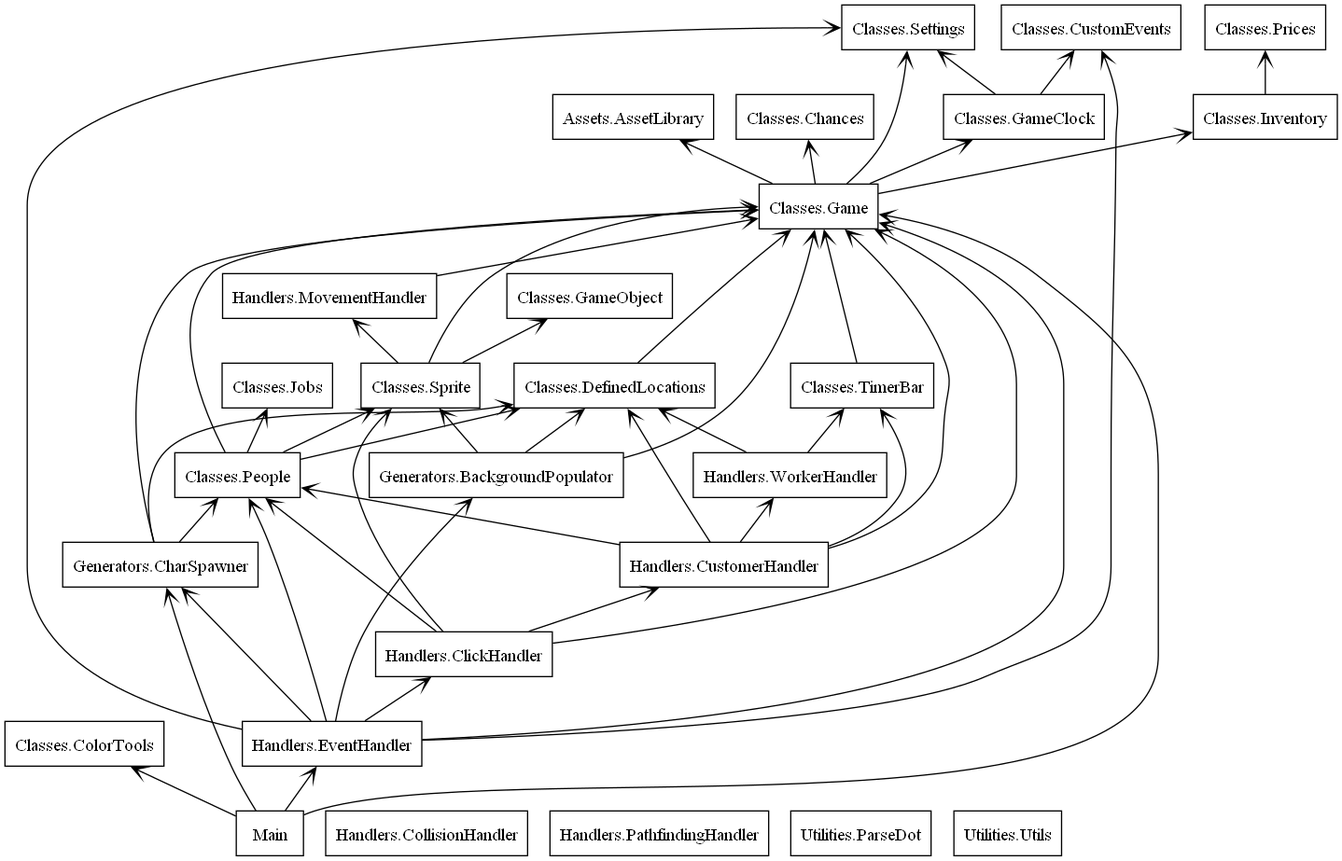
Before: Utilities/packages.png, a diagram exported from Graphviz (AedanM/PoppaPizza). Its source is kept beside it as Utilities/packages.dot.
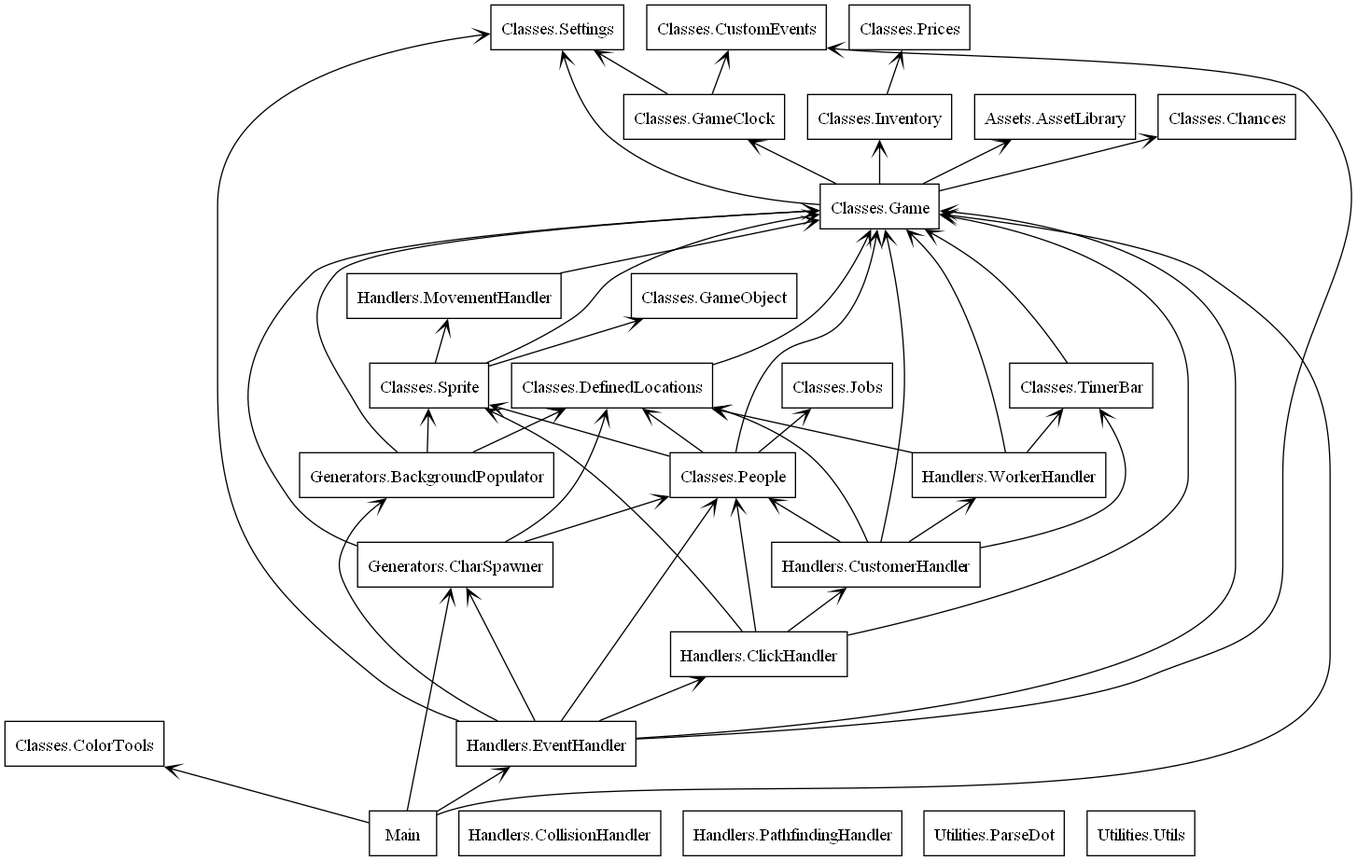
Above is the later version.

The edit, as a diff of the source:
```diff
@@ -69,6 +69,7 @@
 "Handlers.EventHandler" -> "Handlers.ClickHandler" [arrowhead="open", arrowtail="none"];
 "Handlers.MovementHandler" -> "Classes.Game" [arrowhead="open", arrowtail="none"];
 "Handlers.WorkerHandler" -> "Classes.DefinedLocations" [arrowhead="open", arrowtail="none"];
+"Handlers.WorkerHandler" -> "Classes.Game" [arrowhead="open", arrowtail="none"];
 "Handlers.WorkerHandler" -> "Classes.TimerBar" [arrowhead="open", arrowtail="none"];
 "Main" -> "Classes.ColorTools" [arrowhead="open", arrowtail="none"];
 "Main" -> "Classes.Game" [arrowhead="open", arrowtail="none"];
```
